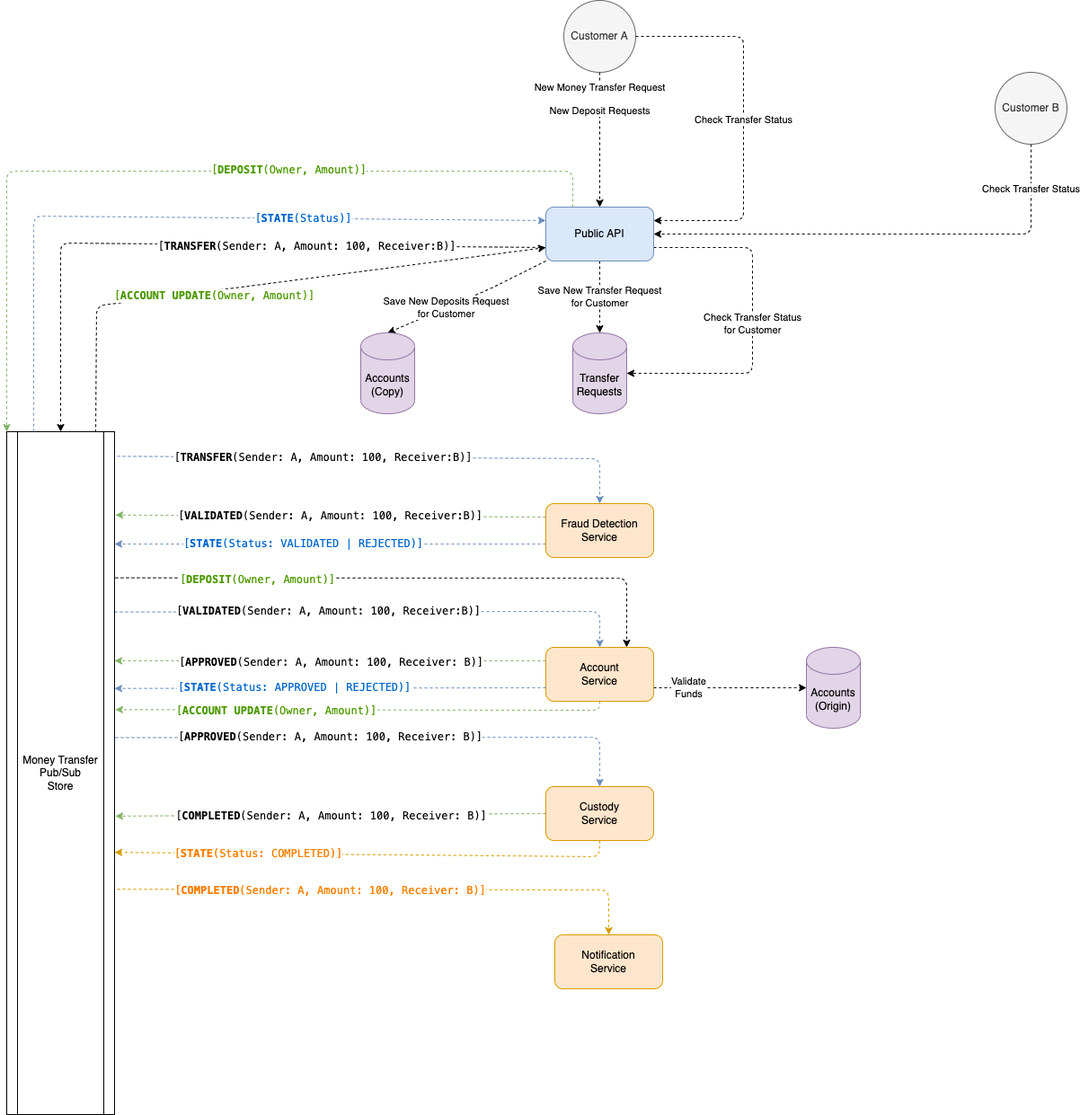
The draw.io diagram docs/flow.drawio.png in sujitdmello/java-banking-pubsub-dapr-sample, before a commit. Source tidied: cells renumbered, new cells last; positions are measured from the earlier drawing's top-left corner, leaving out a move shared by most shapes.
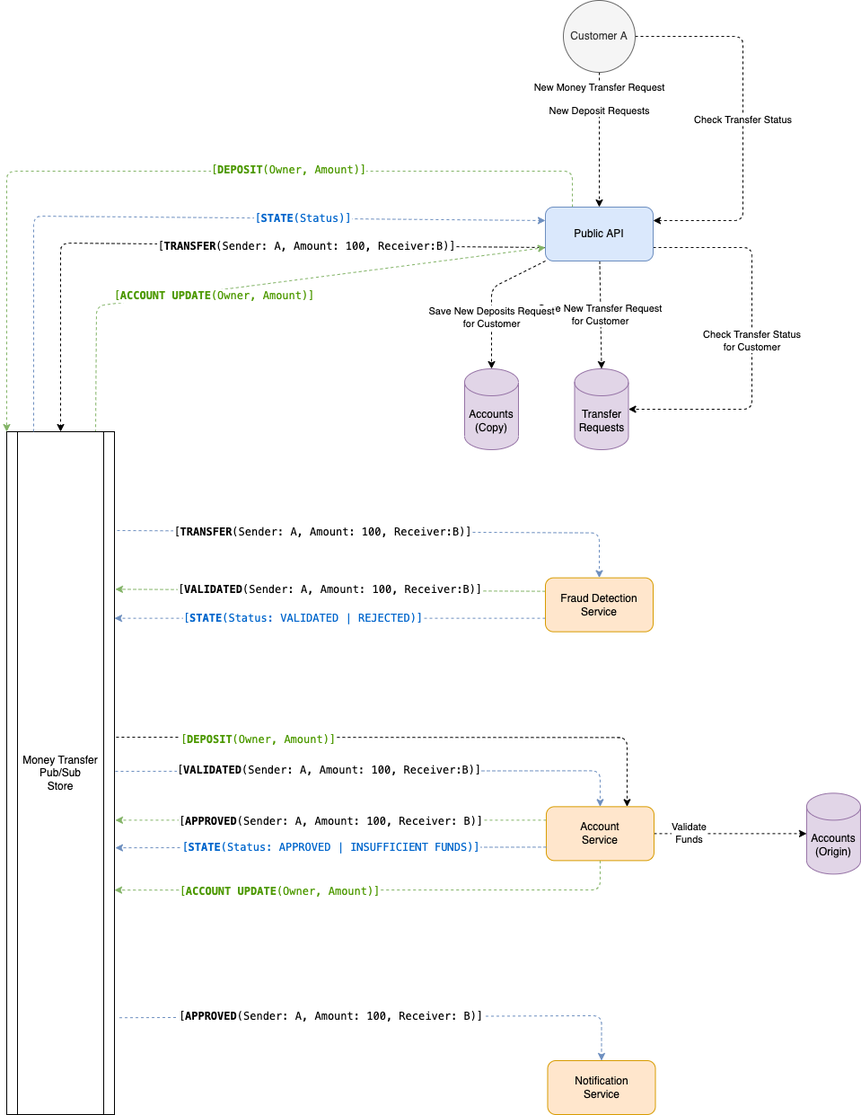
After the commit.

The edit, as a diff of the source:
```diff
@@ -30,7 +30,7 @@
       <mxGeometry relative="1" as="geometry">
         <Array as="points">
           <mxPoint x="830" y="275" />
-          <mxPoint x="830" y="415" />
+          <mxPoint x="830" y="455" />
         </Array>
       </mxGeometry>
     </mxCell>
@@ -58,17 +58,19 @@
     <mxCell id="12" value="Public API" style="rounded=1;whiteSpace=wrap;html=1;fillColor=#dae8fc;strokeColor=#6c8ebf;" parent="1" vertex="1">
       <mxGeometry x="600" y="230" width="120" height="60" as="geometry" />
     </mxCell>
-    <mxCell id="13" value="&lt;span style=&quot;font-family: &amp;quot;Cascadia Code Mono&amp;quot;, Menlo, Monaco, &amp;quot;Courier New&amp;quot;, monospace, Menlo, Monaco, &amp;quot;Courier New&amp;quot;, monospace; font-size: 12px;&quot;&gt;[&lt;b&gt;TRANSFER&lt;/b&gt;(Sender: A, Amount: 100, Receiver:B)]&lt;/span&gt;" style="edgeStyle=none;html=1;entryX=0.5;entryY=0;entryDx=0;entryDy=0;exitX=1.025;exitY=0.036;exitDx=0;exitDy=0;exitPerimeter=0;dashed=1;fillColor=#dae8fc;strokeColor=#6c8ebf;" parent="1" edge="1" source="23" target="26">
+    <mxCell id="13" value="&lt;span style=&quot;font-family: &amp;quot;Cascadia Code Mono&amp;quot;, Menlo, Monaco, &amp;quot;Courier New&amp;quot;, monospace, Menlo, Monaco, &amp;quot;Courier New&amp;quot;, monospace; font-size: 12px;&quot;&gt;[&lt;b&gt;TRANSFER&lt;/b&gt;(Sender: A, Amount: 100, Receiver:B)]&lt;/span&gt;" style="edgeStyle=none;html=1;entryX=0.5;entryY=0;entryDx=0;entryDy=0;exitX=1.025;exitY=0.036;exitDx=0;exitDy=0;exitPerimeter=0;dashed=1;fillColor=#dae8fc;strokeColor=#6c8ebf;" parent="1" edge="1" target="26">
       <mxGeometry x="-0.22" y="-1" relative="1" as="geometry">
+        <mxPoint x="123" y="590" as="sourcePoint" />
         <Array as="points">
-          <mxPoint x="660" y="510" />
+          <mxPoint x="660" y="592.6" />
         </Array>
       </mxGeometry>
     </mxCell>
-    <mxCell id="14" style="edgeStyle=none;html=1;entryX=0.5;entryY=0;entryDx=0;entryDy=0;exitX=1;exitY=0.264;exitDx=0;exitDy=0;exitPerimeter=0;dashed=1;fillColor=#dae8fc;strokeColor=#6c8ebf;" parent="1" edge="1" source="23" target="32">
+    <mxCell id="14" style="edgeStyle=none;html=1;entryX=0.5;entryY=0;entryDx=0;entryDy=0;exitX=1;exitY=0.264;exitDx=0;exitDy=0;exitPerimeter=0;dashed=1;fillColor=#dae8fc;strokeColor=#6c8ebf;" parent="1" edge="1" target="32">
       <mxGeometry relative="1" as="geometry">
+        <mxPoint x="121" y="858" as="sourcePoint" />
         <Array as="points">
-          <mxPoint x="660" y="680" />
+          <mxPoint x="661" y="857.4" />
         </Array>
       </mxGeometry>
     </mxCell>
@@ -77,36 +79,26 @@
         <mxPoint x="108" as="offset" />
       </mxGeometry>
     </mxCell>
-    <mxCell id="16" value="&lt;span style=&quot;font-family: &amp;quot;Cascadia Code Mono&amp;quot;, Menlo, Monaco, &amp;quot;Courier New&amp;quot;, monospace, Menlo, Monaco, &amp;quot;Courier New&amp;quot;, monospace; font-size: 12px;&quot;&gt;[&lt;b&gt;APPROVED&lt;/b&gt;(Sender: A, Amount: 100, Receiver: B)]&lt;/span&gt;" style="edgeStyle=none;html=1;entryX=0.5;entryY=0;entryDx=0;entryDy=0;exitX=1.008;exitY=0.448;exitDx=0;exitDy=0;exitPerimeter=0;dashed=1;fillColor=#dae8fc;strokeColor=#6c8ebf;" parent="1" edge="1" source="23" target="35">
+    <mxCell id="16" value="&lt;span style=&quot;font-family: &amp;quot;Cascadia Code Mono&amp;quot;, Menlo, Monaco, &amp;quot;Courier New&amp;quot;, monospace, Menlo, Monaco, &amp;quot;Courier New&amp;quot;, monospace; font-size: 12px;&quot;&gt;[&lt;b&gt;APPROVED&lt;/b&gt;(Sender: A, Amount: 100, Receiver: B)]&lt;/span&gt;" style="edgeStyle=none;html=1;exitX=1.025;exitY=0.674;exitDx=0;exitDy=0;exitPerimeter=0;dashed=1;fillColor=#dae8fc;strokeColor=#6c8ebf;" parent="1" edge="1" target="37">
       <mxGeometry x="-0.2" relative="1" as="geometry">
+        <mxPoint x="125.5" y="1132.2" as="sourcePoint" />
         <Array as="points">
-          <mxPoint x="660" y="820" />
+          <mxPoint x="662.5" y="1130" />
         </Array>
       </mxGeometry>
     </mxCell>
-    <mxCell id="17" style="edgeStyle=none;html=1;entryX=0.5;entryY=0;entryDx=0;entryDy=0;exitX=1.025;exitY=0.67;exitDx=0;exitDy=0;exitPerimeter=0;dashed=1;fillColor=#ffe6cc;strokeColor=#d79b00;" parent="1" edge="1" source="23" target="37">
-      <mxGeometry relative="1" as="geometry">
-        <Array as="points">
-          <mxPoint x="670" y="990" />
-        </Array>
-      </mxGeometry>
-    </mxCell>
-    <mxCell id="18" value="&lt;span style=&quot;font-family: &amp;quot;Cascadia Code Mono&amp;quot;, Menlo, Monaco, &amp;quot;Courier New&amp;quot;, monospace, Menlo, Monaco, &amp;quot;Courier New&amp;quot;, monospace; font-size: 12px;&quot;&gt;[&lt;/span&gt;&lt;b style=&quot;border-color: var(--border-color); font-family: &amp;quot;Cascadia Code Mono&amp;quot;, Menlo, Monaco, &amp;quot;Courier New&amp;quot;, monospace, Menlo, Monaco, &amp;quot;Courier New&amp;quot;, monospace; font-size: 12px;&quot;&gt;COMPLETED&lt;/b&gt;&lt;span style=&quot;font-family: &amp;quot;Cascadia Code Mono&amp;quot;, Menlo, Monaco, &amp;quot;Courier New&amp;quot;, monospace, Menlo, Monaco, &amp;quot;Courier New&amp;quot;, monospace; font-size: 12px;&quot;&gt;(Sender: A, Amount: 100, Receiver: B)]&lt;/span&gt;" style="edgeLabel;html=1;align=center;verticalAlign=middle;fontColor=#FF8000;" parent="17" vertex="1">
-      <mxGeometry x="-0.72" y="-1" relative="1" as="geometry">
-        <mxPoint x="154" as="offset" />
-      </mxGeometry>
-    </mxCell>
-    <mxCell id="19" style="edgeStyle=none;html=1;entryX=0.75;entryY=0;entryDx=0;entryDy=0;dashed=1;exitX=1.008;exitY=0.214;exitDx=0;exitDy=0;exitPerimeter=0;" parent="1" edge="1" source="23" target="32">
+    <mxCell id="19" style="edgeStyle=none;html=1;entryX=0.75;entryY=0;entryDx=0;entryDy=0;dashed=1;exitX=1.008;exitY=0.214;exitDx=0;exitDy=0;exitPerimeter=0;" parent="1" edge="1" target="32">
       <mxGeometry relative="1" as="geometry">
+        <mxPoint x="121.9" y="820" as="sourcePoint" />
         <Array as="points">
-          <mxPoint x="690" y="643" />
+          <mxPoint x="691" y="820.4" />
         </Array>
       </mxGeometry>
     </mxCell>
     <mxCell id="20" value="&lt;span style=&quot;border-color: var(--border-color); font-family: &amp;quot;Cascadia Code Mono&amp;quot;, Menlo, Monaco, &amp;quot;Courier New&amp;quot;, monospace, Menlo, Monaco, &amp;quot;Courier New&amp;quot;, monospace; font-size: 12px;&quot;&gt;[&lt;b style=&quot;border-color: var(--border-color);&quot;&gt;DEPOSIT&lt;/b&gt;&lt;/span&gt;&lt;span style=&quot;border-color: var(--border-color); font-family: &amp;quot;Cascadia Code Mono&amp;quot;, Menlo, Monaco, &amp;quot;Courier New&amp;quot;, monospace, Menlo, Monaco, &amp;quot;Courier New&amp;quot;, monospace; font-size: 12px;&quot;&gt;(Owner, Amount)]&lt;/span&gt;" style="edgeLabel;html=1;align=center;verticalAlign=middle;fontColor=#4D9900;" parent="19" vertex="1">
       <mxGeometry x="-0.51" y="-2" relative="1" as="geometry" />
     </mxCell>
-    <mxCell id="21" style="edgeStyle=none;html=1;entryX=0;entryY=0.75;entryDx=0;entryDy=0;dashed=1;exitX=0.825;exitY=0.001;exitDx=0;exitDy=0;exitPerimeter=0;" parent="1" edge="1" source="23" target="12">
+    <mxCell id="21" style="edgeStyle=none;html=1;entryX=0;entryY=0.75;entryDx=0;entryDy=0;dashed=1;exitX=0.825;exitY=0.001;exitDx=0;exitDy=0;exitPerimeter=0;fillColor=#d5e8d4;strokeColor=#82b366;" parent="1" edge="1" source="23" target="12">
       <mxGeometry relative="1" as="geometry">
         <Array as="points">
           <mxPoint x="100" y="340" />
@@ -121,27 +113,25 @@
     <mxCell id="23" value="Money Transfer&lt;br&gt;Pub/Sub&lt;br&gt;Store" style="shape=process;whiteSpace=wrap;html=1;backgroundOutline=1;" parent="1" vertex="1">
       <mxGeometry y="480" width="120" height="760" as="geometry" />
     </mxCell>
-    <mxCell id="24" value="&lt;span style=&quot;font-family: &amp;quot;Cascadia Code Mono&amp;quot;, Menlo, Monaco, &amp;quot;Courier New&amp;quot;, monospace, Menlo, Monaco, &amp;quot;Courier New&amp;quot;, monospace; font-size: 12px;&quot;&gt;[&lt;b&gt;VALIDATED&lt;/b&gt;(Sender: A, Amount: 100, Receiver:B)]&lt;/span&gt;" style="edgeStyle=none;html=1;entryX=1.008;entryY=0.122;entryDx=0;entryDy=0;entryPerimeter=0;dashed=1;fillColor=#d5e8d4;strokeColor=#82b366;exitX=0;exitY=0.25;exitDx=0;exitDy=0;" parent="1" edge="1" source="26" target="23">
-      <mxGeometry relative="1" as="geometry" />
+    <mxCell id="24" value="&lt;span style=&quot;font-family: &amp;quot;Cascadia Code Mono&amp;quot;, Menlo, Monaco, &amp;quot;Courier New&amp;quot;, monospace, Menlo, Monaco, &amp;quot;Courier New&amp;quot;, monospace; font-size: 12px;&quot;&gt;[&lt;b&gt;VALIDATED&lt;/b&gt;(Sender: A, Amount: 100, Receiver:B)]&lt;/span&gt;" style="edgeStyle=none;html=1;entryX=1.008;entryY=0.122;entryDx=0;entryDy=0;entryPerimeter=0;dashed=1;fillColor=#d5e8d4;strokeColor=#82b366;exitX=0;exitY=0.25;exitDx=0;exitDy=0;" parent="1" edge="1" source="26">
+      <mxGeometry relative="1" as="geometry">
+        <mxPoint x="121" y="655.4" as="targetPoint" />
+      </mxGeometry>
     </mxCell>
     <mxCell id="25" value="&lt;span style=&quot;border-color: var(--border-color); font-family: &amp;quot;Cascadia Code Mono&amp;quot;, Menlo, Monaco, &amp;quot;Courier New&amp;quot;, monospace, Menlo, Monaco, &amp;quot;Courier New&amp;quot;, monospace; font-size: 12px;&quot;&gt;[&lt;b style=&quot;border-color: var(--border-color);&quot;&gt;STATE&lt;/b&gt;&lt;/span&gt;&lt;span style=&quot;border-color: var(--border-color); font-family: &amp;quot;Cascadia Code Mono&amp;quot;, Menlo, Monaco, &amp;quot;Courier New&amp;quot;, monospace, Menlo, Monaco, &amp;quot;Courier New&amp;quot;, monospace; font-size: 12px;&quot;&gt;(Status: VALIDATED | REJECTED)]&lt;/span&gt;" style="edgeStyle=none;html=1;dashed=1;fontColor=#0066CC;exitX=0;exitY=0.75;exitDx=0;exitDy=0;fillColor=#dae8fc;strokeColor=#6c8ebf;" parent="1" edge="1" source="26">
       <mxGeometry x="0.12" relative="1" as="geometry">
-        <mxPoint x="120" y="605" as="targetPoint" />
+        <mxPoint x="120" y="687.6" as="targetPoint" />
       </mxGeometry>
     </mxCell>
     <mxCell id="26" value="Fraud Detection&lt;br&gt;Service" style="rounded=1;whiteSpace=wrap;html=1;fillColor=#ffe6cc;strokeColor=#d79b00;" parent="1" vertex="1">
-      <mxGeometry x="600" y="560" width="120" height="60" as="geometry" />
+      <mxGeometry x="600" y="642.6" width="120" height="60" as="geometry" />
     </mxCell>
-    <mxCell id="27" value="Validate&lt;br&gt;Funds" style="edgeStyle=none;html=1;dashed=1;entryX=0;entryY=0.5;entryDx=0;entryDy=0;entryPerimeter=0;exitX=1;exitY=0.75;exitDx=0;exitDy=0;" parent="1" edge="1" source="32" target="36">
-      <mxGeometry x="-0.54" relative="1" as="geometry">
-        <Array as="points">
-          <mxPoint x="870" y="765" />
-        </Array>
-      </mxGeometry>
+    <mxCell id="27" value="Validate&lt;br&gt;Funds" style="edgeStyle=none;html=1;dashed=1;entryX=0;entryY=0.5;entryDx=0;entryDy=0;entryPerimeter=0;exitX=1;exitY=0.5;exitDx=0;exitDy=0;" parent="1" edge="1" source="32" target="36">
+      <mxGeometry x="-0.54" relative="1" as="geometry" />
     </mxCell>
     <mxCell id="28" style="edgeStyle=none;html=1;dashed=1;fillColor=#d5e8d4;strokeColor=#82b366;exitX=0;exitY=0.25;exitDx=0;exitDy=0;" parent="1" edge="1" source="32">
       <mxGeometry relative="1" as="geometry">
-        <mxPoint x="120" y="735" as="targetPoint" />
+        <mxPoint x="121" y="912.4" as="targetPoint" />
       </mxGeometry>
     </mxCell>
     <mxCell id="29" value="&lt;div style=&quot;font-family: &amp;quot;Cascadia Code Mono&amp;quot;, Menlo, Monaco, &amp;quot;Courier New&amp;quot;, monospace, Menlo, Monaco, &amp;quot;Courier New&amp;quot;, monospace; font-size: 12px; line-height: 18px;&quot;&gt;[&lt;b&gt;APPROVED&lt;/b&gt;(Sender: A, Amount: 100, Receiver: B)]&lt;/div&gt;" style="edgeLabel;html=1;align=center;verticalAlign=middle;" parent="28" vertex="1">
@@ -149,10 +139,11 @@
         <mxPoint x="108" y="-1" as="offset" />
       </mxGeometry>
     </mxCell>
-    <mxCell id="30" style="edgeStyle=none;html=1;entryX=1.008;entryY=0.407;entryDx=0;entryDy=0;entryPerimeter=0;dashed=1;exitX=0.5;exitY=1;exitDx=0;exitDy=0;fillColor=#d5e8d4;strokeColor=#82b366;" parent="1" edge="1" source="32" target="23">
+    <mxCell id="30" style="edgeStyle=none;html=1;entryX=0.992;entryY=0.566;entryDx=0;entryDy=0;entryPerimeter=0;dashed=1;exitX=0.5;exitY=1;exitDx=0;exitDy=0;fillColor=#d5e8d4;strokeColor=#82b366;" parent="1" edge="1" source="32">
       <mxGeometry relative="1" as="geometry">
+        <mxPoint x="120" y="990.2" as="targetPoint" />
         <Array as="points">
-          <mxPoint x="660" y="790" />
+          <mxPoint x="661" y="990" />
         </Array>
       </mxGeometry>
     </mxCell>
@@ -162,40 +153,21 @@
       </mxGeometry>
     </mxCell>
     <mxCell id="32" value="Account&lt;br&gt;Service" style="rounded=1;whiteSpace=wrap;html=1;fillColor=#ffe6cc;strokeColor=#d79b00;" parent="1" vertex="1">
-      <mxGeometry x="600" y="720" width="120" height="60" as="geometry" />
+      <mxGeometry x="601" y="897.4" width="120" height="60" as="geometry" />
     </mxCell>
-    <mxCell id="33" style="edgeStyle=none;html=1;entryX=1.008;entryY=0.563;entryDx=0;entryDy=0;entryPerimeter=0;dashed=1;fillColor=#d5e8d4;strokeColor=#82b366;exitX=0;exitY=0.5;exitDx=0;exitDy=0;" parent="1" edge="1" source="35" target="23">
-      <mxGeometry relative="1" as="geometry" />
-    </mxCell>
-    <mxCell id="34" value="&lt;div style=&quot;font-family: &amp;quot;Cascadia Code Mono&amp;quot;, Menlo, Monaco, &amp;quot;Courier New&amp;quot;, monospace, Menlo, Monaco, &amp;quot;Courier New&amp;quot;, monospace; font-size: 12px; line-height: 18px;&quot;&gt;[&lt;b&gt;COMPLETED&lt;/b&gt;(Sender: A, Amount: 100, Receiver: B)]&lt;/div&gt;" style="edgeLabel;html=1;align=center;verticalAlign=middle;" parent="33" vertex="1">
-      <mxGeometry x="0.37" y="-2" relative="1" as="geometry">
-        <mxPoint x="89" y="2" as="offset" />
-      </mxGeometry>
-    </mxCell>
-    <mxCell id="35" value="Custody&lt;br&gt;Service" style="rounded=1;whiteSpace=wrap;html=1;fillColor=#ffe6cc;strokeColor=#d79b00;" parent="1" vertex="1">
-      <mxGeometry x="600" y="875" width="120" height="60" as="geometry" />
-    </mxCell>
     <mxCell id="36" value="Accounts&lt;br&gt;(Origin)" style="shape=cylinder3;whiteSpace=wrap;html=1;boundedLbl=1;backgroundOutline=1;size=15;fillColor=#e1d5e7;strokeColor=#9673a6;" parent="1" vertex="1">
-      <mxGeometry x="890" y="720" width="60" height="90" as="geometry" />
+      <mxGeometry x="891" y="882.4" width="60" height="90" as="geometry" />
     </mxCell>
     <mxCell id="37" value="Notification&lt;br&gt;Service" style="rounded=1;whiteSpace=wrap;html=1;fillColor=#ffe6cc;strokeColor=#d79b00;" parent="1" vertex="1">
-      <mxGeometry x="610" y="1040" width="120" height="60" as="geometry" />
+      <mxGeometry x="602.5" y="1180" width="120" height="60" as="geometry" />
     </mxCell>
     <mxCell id="38" value="Transfer&lt;br&gt;Requests" style="shape=cylinder3;whiteSpace=wrap;html=1;boundedLbl=1;backgroundOutline=1;size=15;fillColor=#e1d5e7;strokeColor=#9673a6;" parent="1" vertex="1">
-      <mxGeometry x="630" y="370" width="60" height="90" as="geometry" />
+      <mxGeometry x="632.5" y="410" width="60" height="90" as="geometry" />
     </mxCell>
-    <mxCell id="39" value="Check Transfer Status" style="edgeStyle=none;html=1;entryX=1;entryY=0.5;entryDx=0;entryDy=0;exitX=0.5;exitY=1;exitDx=0;exitDy=0;dashed=1;" parent="1" edge="1" source="40" target="12">
-      <mxGeometry x="-0.81" relative="1" as="geometry">
-        <Array as="points">
-          <mxPoint x="1140" y="260" />
-        </Array>
-      </mxGeometry>
-    </mxCell>
-    <mxCell id="40" value="Customer B" style="ellipse;whiteSpace=wrap;html=1;fillColor=#f5f5f5;fontColor=#333333;strokeColor=#666666;" parent="1" vertex="1">
-      <mxGeometry x="1100" y="80" width="80" height="80" as="geometry" />
-    </mxCell>
-    <mxCell id="41" value="&lt;span style=&quot;border-color: var(--border-color); font-family: &amp;quot;Cascadia Code Mono&amp;quot;, Menlo, Monaco, &amp;quot;Courier New&amp;quot;, monospace, Menlo, Monaco, &amp;quot;Courier New&amp;quot;, monospace; font-size: 12px;&quot;&gt;[&lt;b style=&quot;border-color: var(--border-color);&quot;&gt;STATE&lt;/b&gt;&lt;/span&gt;&lt;span style=&quot;border-color: var(--border-color); font-family: &amp;quot;Cascadia Code Mono&amp;quot;, Menlo, Monaco, &amp;quot;Courier New&amp;quot;, monospace, Menlo, Monaco, &amp;quot;Courier New&amp;quot;, monospace; font-size: 12px;&quot;&gt;(Status: APPROVED | REJECTED)]&lt;/span&gt;" style="edgeStyle=none;html=1;dashed=1;fontColor=#0066CC;exitX=0;exitY=0.75;exitDx=0;exitDy=0;fillColor=#dae8fc;strokeColor=#6c8ebf;entryX=1;entryY=0.376;entryDx=0;entryDy=0;entryPerimeter=0;" parent="1" edge="1" source="32" target="23">
-      <mxGeometry x="0.17" relative="1" as="geometry" />
+    <mxCell id="41" value="&lt;span style=&quot;border-color: var(--border-color); font-family: &amp;quot;Cascadia Code Mono&amp;quot;, Menlo, Monaco, &amp;quot;Courier New&amp;quot;, monospace, Menlo, Monaco, &amp;quot;Courier New&amp;quot;, monospace; font-size: 12px;&quot;&gt;[&lt;b style=&quot;border-color: var(--border-color);&quot;&gt;STATE&lt;/b&gt;&lt;/span&gt;&lt;span style=&quot;border-color: var(--border-color); font-family: &amp;quot;Cascadia Code Mono&amp;quot;, Menlo, Monaco, &amp;quot;Courier New&amp;quot;, monospace, Menlo, Monaco, &amp;quot;Courier New&amp;quot;, monospace; font-size: 12px;&quot;&gt;(Status: APPROVED | INSUFFICIENT FUNDS)]&lt;/span&gt;" style="edgeStyle=none;html=1;dashed=1;fontColor=#0066CC;exitX=0;exitY=0.75;exitDx=0;exitDy=0;fillColor=#dae8fc;strokeColor=#6c8ebf;entryX=1;entryY=0.376;entryDx=0;entryDy=0;entryPerimeter=0;" parent="1" edge="1" source="32">
+      <mxGeometry relative="1" as="geometry">
+        <mxPoint x="121" y="943.1" as="targetPoint" />
+      </mxGeometry>
     </mxCell>
     <mxCell id="42" value="&lt;span style=&quot;border-color: var(--border-color); font-family: &amp;quot;Cascadia Code Mono&amp;quot;, Menlo, Monaco, &amp;quot;Courier New&amp;quot;, monospace, Menlo, Monaco, &amp;quot;Courier New&amp;quot;, monospace; font-size: 12px;&quot;&gt;[&lt;b style=&quot;border-color: var(--border-color);&quot;&gt;STATE&lt;/b&gt;&lt;/span&gt;&lt;span style=&quot;border-color: var(--border-color); font-family: &amp;quot;Cascadia Code Mono&amp;quot;, Menlo, Monaco, &amp;quot;Courier New&amp;quot;, monospace, Menlo, Monaco, &amp;quot;Courier New&amp;quot;, monospace; font-size: 12px;&quot;&gt;(Status)]&lt;/span&gt;" style="edgeStyle=none;html=1;dashed=1;fontColor=#0066CC;exitX=0.25;exitY=0;exitDx=0;exitDy=0;fillColor=#dae8fc;strokeColor=#6c8ebf;entryX=0;entryY=0.25;entryDx=0;entryDy=0;" parent="1" edge="1" source="23" target="12">
       <mxGeometry x="0.33" relative="1" as="geometry">
@@ -204,15 +176,8 @@
         </Array>
       </mxGeometry>
     </mxCell>
-    <mxCell id="43" value="&lt;span style=&quot;border-color: var(--border-color); font-family: &amp;quot;Cascadia Code Mono&amp;quot;, Menlo, Monaco, &amp;quot;Courier New&amp;quot;, monospace, Menlo, Monaco, &amp;quot;Courier New&amp;quot;, monospace; font-size: 12px;&quot;&gt;[&lt;b style=&quot;border-color: var(--border-color);&quot;&gt;STATE&lt;/b&gt;&lt;/span&gt;&lt;span style=&quot;border-color: var(--border-color); font-family: &amp;quot;Cascadia Code Mono&amp;quot;, Menlo, Monaco, &amp;quot;Courier New&amp;quot;, monospace, Menlo, Monaco, &amp;quot;Courier New&amp;quot;, monospace; font-size: 12px;&quot;&gt;(Status: COMPLETED)]&lt;/span&gt;" style="edgeStyle=none;html=1;dashed=1;fontColor=#FF8000;exitX=0.5;exitY=1;exitDx=0;exitDy=0;fillColor=#ffe6cc;strokeColor=#d79b00;entryX=1;entryY=0.616;entryDx=0;entryDy=0;entryPerimeter=0;" parent="1" edge="1" source="35" target="23">
-      <mxGeometry x="0.43" relative="1" as="geometry">
-        <Array as="points">
-          <mxPoint x="660" y="953" />
-        </Array>
-      </mxGeometry>
-    </mxCell>
     <mxCell id="44" value="Accounts&lt;br&gt;(Copy)" style="shape=cylinder3;whiteSpace=wrap;html=1;boundedLbl=1;backgroundOutline=1;size=15;fillColor=#e1d5e7;strokeColor=#9673a6;" parent="1" vertex="1">
-      <mxGeometry x="394" y="370" width="60" height="90" as="geometry" />
+      <mxGeometry x="510" y="410" width="60" height="90" as="geometry" />
     </mxCell>
   </root>
 </mxGraphModel>
```
